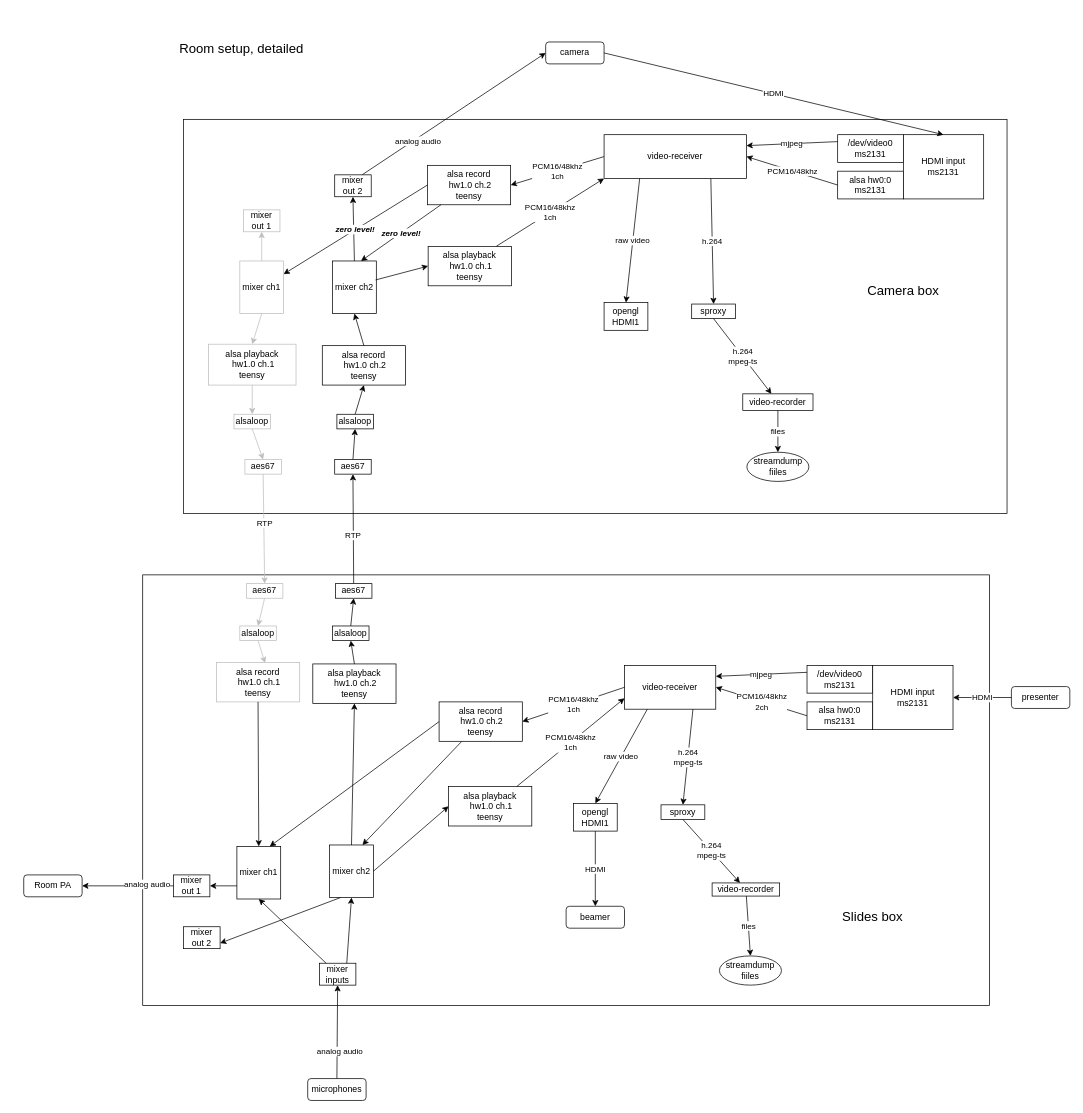
Before: page "room-software" (2 of 3) of graph/overview.drawio in zeridon/video, a draw.io diagram. Source tidied: cells renumbered, new cells numbered last; positions are measured from the earlier drawing's top-left corner, leaving out a move shared by most shapes. Both pictures are drawn from the tidied source at 73%, with x=0, y=0 at pixel (23, 12).
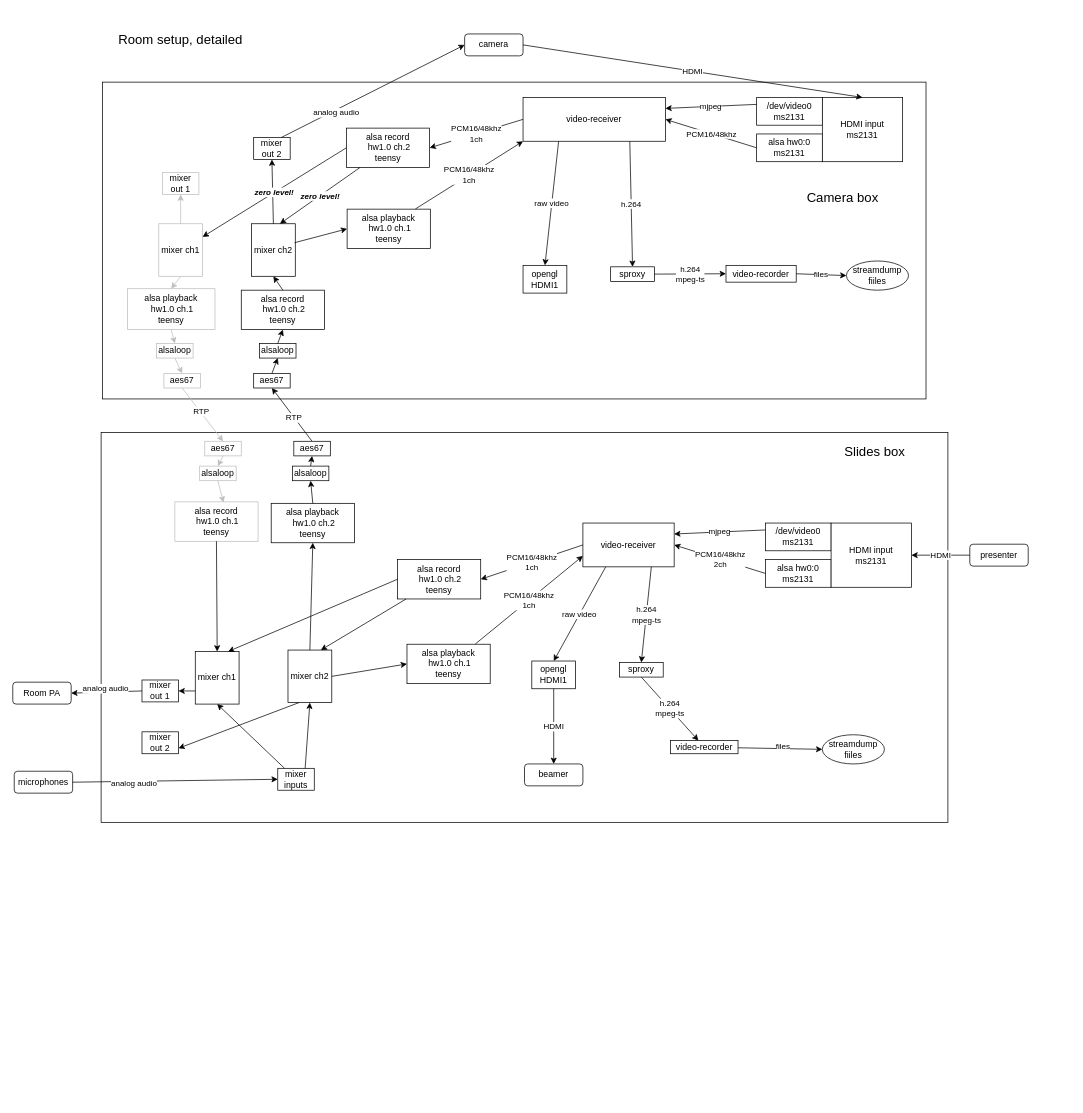
After the change.

Commit message (it also covers changes not shown here):
graph: make all the pages a3

Unchanged cells that the change refers to:
```xml
<mxCell id="80" style="endArrow=classic;html=1;rounded=0;entryX=1;entryY=0.5;entryDx=0;entryDy=0;exitX=0;exitY=0.5;exitDx=0;exitDy=0;" parent="1" edge="1" source="74" target="67">
  <mxGeometry relative="1" as="geometry" />
</mxCell>
```

The edit, as a diff of the source:
```diff
@@
     <mxCell id="2" value="&lt;b&gt;&lt;br&gt;&lt;/b&gt;" style="rounded=0;whiteSpace=wrap;html=1;" parent="1" vertex="1">
-      <mxGeometry x="163" y="770" width="1160" height="590" as="geometry" />
+      <mxGeometry x="106" y="575" width="1160" height="534" as="geometry" />
     </mxCell>
     <mxCell id="3" value="&lt;b&gt;&lt;br&gt;&lt;/b&gt;" style="rounded=0;whiteSpace=wrap;html=1;" parent="1" vertex="1">
-      <mxGeometry x="219" y="146" width="1128" height="540" as="geometry" />
+      <mxGeometry x="108" y="95" width="1128" height="434" as="geometry" />
     </mxCell>
     <mxCell id="4" value="sproxy" style="rounded=0;whiteSpace=wrap;html=1;" parent="1" vertex="1">
-      <mxGeometry x="915" y="399" width="60" height="20" as="geometry" />
+      <mxGeometry x="804" y="348" width="60" height="20" as="geometry" />
     </mxCell>
     <mxCell id="5" value="&lt;font style=&quot;font-size: 18px;&quot;&gt;Room setup, detailed&lt;/font&gt;" style="text;html=1;strokeColor=none;fillColor=none;align=center;verticalAlign=middle;whiteSpace=wrap;rounded=0;" parent="1" vertex="1">
-      <mxGeometry x="114" width="369" height="100" as="geometry" />
+      <mxGeometry x="105" y="20" width="220" height="34" as="geometry" />
     </mxCell>
     <mxCell id="6" value="video-receiver" style="rounded=0;whiteSpace=wrap;html=1;" parent="1" vertex="1">
-      <mxGeometry x="795" y="167" width="195" height="60" as="geometry" />
+      <mxGeometry x="684" y="116" width="195" height="60" as="geometry" />
     </mxCell>
     <mxCell id="7" value="/dev/video0&lt;div&gt;ms2131&lt;/div&gt;" style="rounded=0;whiteSpace=wrap;html=1;" parent="1" vertex="1">
-      <mxGeometry x="1115" y="167" width="90" height="38" as="geometry" />
+      <mxGeometry x="1004" y="116" width="90" height="38" as="geometry" />
     </mxCell>
@@
     <mxCell id="9" value="aes67" style="rounded=0;whiteSpace=wrap;html=1;strokeColor=#BDBDBD;" parent="1" vertex="1">
-      <mxGeometry x="303" y="612" width="50" height="20" as="geometry" />
+      <mxGeometry x="192" y="494" width="50" height="20" as="geometry" />
     </mxCell>
     <mxCell id="10" value="&lt;div&gt;alsa hw0:0&lt;/div&gt;&lt;div&gt;ms2131&lt;/div&gt;" style="rounded=0;whiteSpace=wrap;html=1;" parent="1" vertex="1">
-      <mxGeometry x="1115" y="217" width="90" height="38" as="geometry" />
+      <mxGeometry x="1004" y="166" width="90" height="38" as="geometry" />
     </mxCell>
@@
     <mxCell id="13" value="&lt;div&gt;opengl&lt;/div&gt;HDMI1" style="rounded=0;whiteSpace=wrap;html=1;" parent="1" vertex="1">
-      <mxGeometry x="795" y="397" width="60" height="38" as="geometry" />
+      <mxGeometry x="684" y="346" width="60" height="38" as="geometry" />
     </mxCell>
@@
     <mxCell id="15" value="alsa playback&lt;div&gt;&amp;nbsp;hw1.0 ch.1&lt;div&gt;teensy&lt;/div&gt;&lt;/div&gt;" style="rounded=0;whiteSpace=wrap;html=1;strokeColor=#BDBDBD;" parent="1" vertex="1">
-      <mxGeometry x="253" y="454" width="120" height="56" as="geometry" />
+      <mxGeometry x="142" y="378" width="120" height="56" as="geometry" />
     </mxCell>
     <mxCell id="16" value="alsa record&lt;div&gt;&lt;span style=&quot;background-color: initial;&quot;&gt;&amp;nbsp;hw1.0 ch.2&lt;/span&gt;&lt;div&gt;&lt;div&gt;teensy&lt;/div&gt;&lt;/div&gt;&lt;/div&gt;" style="rounded=0;whiteSpace=wrap;html=1;" parent="1" vertex="1">
-      <mxGeometry x="409" y="456" width="114" height="54" as="geometry" />
+      <mxGeometry x="298" y="380" width="114" height="54" as="geometry" />
     </mxCell>
     <mxCell id="17" value="mixer ch1" style="rounded=0;whiteSpace=wrap;html=1;strokeColor=#BDBDBD;" parent="1" vertex="1">
-      <mxGeometry x="296" y="340" width="60" height="72" as="geometry" />
+      <mxGeometry x="185" y="289" width="60" height="72" as="geometry" />
     </mxCell>
     <mxCell id="18" value="mixer ch2" style="rounded=0;whiteSpace=wrap;html=1;" parent="1" vertex="1">
-      <mxGeometry x="423" y="340" width="60" height="72" as="geometry" />
+      <mxGeometry x="312" y="289" width="60" height="72" as="geometry" />
     </mxCell>
     <mxCell id="19" value="microphones" style="rounded=1;whiteSpace=wrap;html=1;" parent="1" vertex="1">
-      <mxGeometry x="389" y="1460" width="80" height="30" as="geometry" />
+      <mxGeometry x="-13" y="1039" width="80" height="30" as="geometry" />
     </mxCell>
-    <mxCell id="20" style="endArrow=classic;html=1;rounded=0;entryX=0.5;entryY=1;entryDx=0;entryDy=0;exitX=0.5;exitY=0;exitDx=0;exitDy=0;" parent="1" edge="1" source="19" target="75">
+    <mxCell id="20" style="endArrow=classic;html=1;rounded=0;entryX=0;entryY=0.5;entryDx=0;entryDy=0;exitX=1;exitY=0.5;exitDx=0;exitDy=0;" parent="1" edge="1" source="19" target="75">
       <mxGeometry relative="1" as="geometry" />
     </mxCell>
@@
     <mxCell id="22" value="camera" style="rounded=1;whiteSpace=wrap;html=1;" parent="1" vertex="1">
-      <mxGeometry x="715" y="40" width="80" height="30" as="geometry" />
+      <mxGeometry x="604" y="29" width="80" height="30" as="geometry" />
     </mxCell>
     <mxCell id="23" value="HDMI input&lt;div&gt;&lt;/div&gt;&lt;div&gt;ms2131&lt;/div&gt;" style="rounded=0;whiteSpace=wrap;html=1;" parent="1" vertex="1">
-      <mxGeometry x="1205" y="167" width="110" height="88" as="geometry" />
+      <mxGeometry x="1094" y="116" width="110" height="88" as="geometry" />
     </mxCell>
@@
     <mxCell id="29" value="aes67" style="rounded=0;whiteSpace=wrap;html=1;" parent="1" vertex="1">
-      <mxGeometry x="426" y="612" width="50" height="20" as="geometry" />
+      <mxGeometry x="315" y="494" width="50" height="20" as="geometry" />
     </mxCell>
@@
     <mxCell id="32" value="alsaloop" style="rounded=0;whiteSpace=wrap;html=1;strokeColor=#BDBDBD;" parent="1" vertex="1">
-      <mxGeometry x="288" y="550" width="50" height="20" as="geometry" />
+      <mxGeometry x="182" y="453" width="50" height="20" as="geometry" />
     </mxCell>
     <mxCell id="33" value="alsaloop" style="rounded=0;whiteSpace=wrap;html=1;" parent="1" vertex="1">
-      <mxGeometry x="429" y="550" width="50" height="20" as="geometry" />
+      <mxGeometry x="323" y="453" width="50" height="20" as="geometry" />
     </mxCell>
@@
     <mxCell id="39" value="sproxy" style="rounded=0;whiteSpace=wrap;html=1;" parent="1" vertex="1">
-      <mxGeometry x="873" y="1085" width="60" height="20" as="geometry" />
+      <mxGeometry x="816" y="890" width="60" height="20" as="geometry" />
     </mxCell>
     <mxCell id="40" value="video-receiver" style="rounded=0;whiteSpace=wrap;html=1;" parent="1" vertex="1">
-      <mxGeometry x="823" y="894" width="125" height="60" as="geometry" />
+      <mxGeometry x="766" y="699" width="125" height="60" as="geometry" />
     </mxCell>
     <mxCell id="41" value="/dev/video0&lt;div&gt;ms2131&lt;/div&gt;" style="rounded=0;whiteSpace=wrap;html=1;" parent="1" vertex="1">
-      <mxGeometry x="1073" y="894" width="90" height="38" as="geometry" />
+      <mxGeometry x="1016" y="699" width="90" height="38" as="geometry" />
     </mxCell>
@@
     <mxCell id="43" value="&lt;div&gt;alsa hw0:0&lt;/div&gt;&lt;div&gt;ms2131&lt;/div&gt;" style="rounded=0;whiteSpace=wrap;html=1;" parent="1" vertex="1">
-      <mxGeometry x="1073" y="944" width="90" height="38" as="geometry" />
+      <mxGeometry x="1016" y="749" width="90" height="38" as="geometry" />
     </mxCell>
@@
     <mxCell id="46" value="&lt;div&gt;opengl&lt;/div&gt;HDMI1" style="rounded=0;whiteSpace=wrap;html=1;" parent="1" vertex="1">
-      <mxGeometry x="753" y="1083" width="60" height="38" as="geometry" />
+      <mxGeometry x="696" y="888" width="60" height="38" as="geometry" />
     </mxCell>
@@
     <mxCell id="48" value="mixer ch1" style="rounded=0;whiteSpace=wrap;html=1;" parent="1" vertex="1">
-      <mxGeometry x="292" y="1142" width="60" height="72" as="geometry" />
+      <mxGeometry x="235" y="875" width="60" height="72" as="geometry" />
     </mxCell>
     <mxCell id="49" value="mixer ch2" style="rounded=0;whiteSpace=wrap;html=1;" parent="1" vertex="1">
-      <mxGeometry x="419" y="1140" width="60" height="72" as="geometry" />
+      <mxGeometry x="362" y="873" width="60" height="72" as="geometry" />
     </mxCell>
     <mxCell id="50" value="HDMI input&lt;div&gt;&lt;/div&gt;&lt;div&gt;ms2131&lt;/div&gt;" style="rounded=0;whiteSpace=wrap;html=1;" parent="1" vertex="1">
-      <mxGeometry x="1163" y="894" width="110" height="88" as="geometry" />
+      <mxGeometry x="1106" y="699" width="110" height="88" as="geometry" />
     </mxCell>
     <mxCell id="51" value="aes67" style="rounded=0;whiteSpace=wrap;html=1;strokeColor=#BDBDBD;" parent="1" vertex="1">
-      <mxGeometry x="305" y="782" width="50" height="20" as="geometry" />
+      <mxGeometry x="248" y="587" width="50" height="20" as="geometry" />
     </mxCell>
     <mxCell id="52" value="aes67" style="rounded=0;whiteSpace=wrap;html=1;" parent="1" vertex="1">
-      <mxGeometry x="427" y="782" width="50" height="20" as="geometry" />
+      <mxGeometry x="370" y="587" width="50" height="20" as="geometry" />
     </mxCell>
     <mxCell id="53" value="alsaloop" style="rounded=0;whiteSpace=wrap;html=1;strokeColor=#BDBDBD;" parent="1" vertex="1">
-      <mxGeometry x="296" y="840" width="50" height="20" as="geometry" />
+      <mxGeometry x="241" y="621" width="50" height="20" as="geometry" />
     </mxCell>
     <mxCell id="54" value="alsa record&lt;div&gt;&lt;span style=&quot;background-color: initial;&quot;&gt;&amp;nbsp;hw1.0 ch.1&lt;/span&gt;&lt;div&gt;&lt;div&gt;teensy&lt;/div&gt;&lt;/div&gt;&lt;/div&gt;" style="rounded=0;whiteSpace=wrap;html=1;strokeColor=#BDBDBD;" parent="1" vertex="1">
-      <mxGeometry x="264" y="890" width="114" height="54" as="geometry" />
+      <mxGeometry x="207" y="670" width="114" height="54" as="geometry" />
     </mxCell>
@@
     <mxCell id="59" value="alsa playback&lt;div&gt;&lt;span style=&quot;background-color: initial;&quot;&gt;&amp;nbsp;hw1.0 ch.2&lt;/span&gt;&lt;div&gt;&lt;div&gt;teensy&lt;/div&gt;&lt;/div&gt;&lt;/div&gt;" style="rounded=0;whiteSpace=wrap;html=1;" parent="1" vertex="1">
-      <mxGeometry x="396" y="892" width="114" height="54" as="geometry" />
+      <mxGeometry x="339" y="672" width="114" height="54" as="geometry" />
     </mxCell>
     <mxCell id="60" value="alsaloop" style="rounded=0;whiteSpace=wrap;html=1;" parent="1" vertex="1">
-      <mxGeometry x="423" y="840" width="50" height="20" as="geometry" />
+      <mxGeometry x="368" y="621" width="50" height="20" as="geometry" />
     </mxCell>
@@
     <mxCell id="63" value="presenter" style="rounded=1;whiteSpace=wrap;html=1;" parent="1" vertex="1">
-      <mxGeometry x="1353" y="923" width="80" height="30" as="geometry" />
+      <mxGeometry x="1296" y="728" width="80" height="30" as="geometry" />
     </mxCell>
@@
     <mxCell id="65" value="beamer" style="rounded=1;whiteSpace=wrap;html=1;" parent="1" vertex="1">
-      <mxGeometry x="743" y="1224" width="80" height="30" as="geometry" />
+      <mxGeometry x="686" y="1029" width="80" height="30" as="geometry" />
     </mxCell>
@@
     <mxCell id="67" value="Room PA" style="rounded=1;whiteSpace=wrap;html=1;" parent="1" vertex="1">
-      <mxGeometry y="1181" width="80" height="30" as="geometry" />
+      <mxGeometry x="-15" y="917" width="80" height="30" as="geometry" />
     </mxCell>
     <mxCell id="68" value="mixer&lt;div&gt;out 2&lt;/div&gt;" style="rounded=0;whiteSpace=wrap;html=1;" parent="1" vertex="1">
-      <mxGeometry x="426" y="222" width="50" height="30" as="geometry" />
+      <mxGeometry x="315" y="171" width="50" height="30" as="geometry" />
     </mxCell>
     <mxCell id="69" value="mixer&lt;div&gt;out 1&lt;/div&gt;" style="rounded=0;whiteSpace=wrap;html=1;strokeColor=#BDBDBD;" parent="1" vertex="1">
-      <mxGeometry x="301" y="270" width="50" height="30" as="geometry" />
+      <mxGeometry x="190" y="219" width="50" height="30" as="geometry" />
     </mxCell>
@@
     <mxCell id="73" value="mixer&lt;div&gt;out 2&lt;/div&gt;" style="rounded=0;whiteSpace=wrap;html=1;" parent="1" vertex="1">
-      <mxGeometry x="219" y="1252" width="50" height="30" as="geometry" />
+      <mxGeometry x="162" y="985" width="50" height="30" as="geometry" />
     </mxCell>
     <mxCell id="74" value="mixer&lt;div&gt;out 1&lt;/div&gt;" style="rounded=0;whiteSpace=wrap;html=1;" parent="1" vertex="1">
-      <mxGeometry x="205" y="1181" width="50" height="30" as="geometry" />
+      <mxGeometry x="162" y="914" width="50" height="30" as="geometry" />
     </mxCell>
     <mxCell id="75" value="mixer&lt;div&gt;inputs&lt;/div&gt;" style="rounded=0;whiteSpace=wrap;html=1;" parent="1" vertex="1">
-      <mxGeometry x="405" y="1302" width="50" height="30" as="geometry" />
+      <mxGeometry x="348" y="1035" width="50" height="30" as="geometry" />
     </mxCell>
@@
     <mxCell id="81" value="analog audio" style="edgeLabel;html=1;align=center;verticalAlign=middle;" parent="80" vertex="1">
-      <mxGeometry x="-0.41" y="-3" relative="1" as="geometry" />
+      <mxGeometry x="-0.41" y="-3" relative="1" as="geometry">
+        <mxPoint x="-21" y="-1" as="offset" />
+      </mxGeometry>
     </mxCell>
     <mxCell id="82" value="&lt;font style=&quot;font-size: 18px;&quot;&gt;Camera box&lt;/font&gt;" style="text;html=1;strokeColor=none;fillColor=none;align=center;verticalAlign=middle;whiteSpace=wrap;rounded=0;" parent="1" vertex="1">
-      <mxGeometry x="1105" y="366" width="200" height="30" as="geometry" />
+      <mxGeometry x="1022" y="239" width="200" height="30" as="geometry" />
     </mxCell>
     <mxCell id="83" value="&lt;font style=&quot;font-size: 18px;&quot;&gt;Slides box&lt;/font&gt;" style="text;html=1;strokeColor=none;fillColor=none;align=center;verticalAlign=middle;whiteSpace=wrap;rounded=0;" parent="1" vertex="1">
-      <mxGeometry x="1063" y="1224" width="200" height="30" as="geometry" />
+      <mxGeometry x="1066" y="587" width="200" height="30" as="geometry" />
     </mxCell>
@@
     <mxCell id="85" value="alsa record&lt;div&gt;&lt;span style=&quot;background-color: initial;&quot;&gt;&amp;nbsp;hw1.0 ch.2&lt;/span&gt;&lt;div&gt;&lt;div&gt;teensy&lt;/div&gt;&lt;/div&gt;&lt;/div&gt;" style="rounded=0;whiteSpace=wrap;html=1;" parent="1" vertex="1">
-      <mxGeometry x="569" y="944" width="114" height="54" as="geometry" />
+      <mxGeometry x="512" y="749" width="114" height="54" as="geometry" />
     </mxCell>
@@
     <mxCell id="88" value="video-recorder" style="rounded=0;whiteSpace=wrap;html=1;" parent="1" vertex="1">
-      <mxGeometry x="943" y="1192" width="92.5" height="18" as="geometry" />
+      <mxGeometry x="886" y="997" width="92.5" height="18" as="geometry" />
     </mxCell>
@@
     <mxCell id="90" value="video-recorder" style="rounded=0;whiteSpace=wrap;html=1;" parent="1" vertex="1">
-      <mxGeometry x="985" y="522" width="96.2" height="23" as="geometry" />
+      <mxGeometry x="962" y="346" width="96.2" height="23" as="geometry" />
     </mxCell>
-    <mxCell id="91" value="h.264&lt;div&gt;mpeg-ts&lt;/div&gt;" style="endArrow=classic;html=1;rounded=0;exitX=0.5;exitY=1;exitDx=0;exitDy=0;" parent="1" edge="1" source="4" target="90">
+    <mxCell id="91" value="h.264&lt;div&gt;mpeg-ts&lt;/div&gt;" style="endArrow=classic;html=1;rounded=0;exitX=1;exitY=0.5;exitDx=0;exitDy=0;entryX=0;entryY=0.5;entryDx=0;entryDy=0;" parent="1" edge="1" source="4" target="90">
       <mxGeometry relative="1" as="geometry" />
     </mxCell>
     <mxCell id="92" value="streamdump&lt;br&gt;fiiles" style="ellipse;whiteSpace=wrap;html=1;" parent="1" vertex="1">
-      <mxGeometry x="990.6" y="602" width="85" height="40" as="geometry" />
+      <mxGeometry x="1127" y="340" width="85" height="40" as="geometry" />
     </mxCell>
-    <mxCell id="93" value="files" style="endArrow=classic;html=1;rounded=0;exitX=0.5;exitY=1;exitDx=0;exitDy=0;entryX=0.5;entryY=0;entryDx=0;entryDy=0;" parent="1" edge="1" source="90" target="92">
+    <mxCell id="93" value="files" style="endArrow=classic;html=1;rounded=0;exitX=1;exitY=0.5;exitDx=0;exitDy=0;entryX=0;entryY=0.5;entryDx=0;entryDy=0;" parent="1" edge="1" source="90" target="92">
       <mxGeometry relative="1" as="geometry" />
     </mxCell>
     <mxCell id="94" value="streamdump&lt;br&gt;fiiles" style="ellipse;whiteSpace=wrap;html=1;" parent="1" vertex="1">
-      <mxGeometry x="953" y="1292" width="85" height="40" as="geometry" />
+      <mxGeometry x="1094" y="989" width="85" height="40" as="geometry" />
     </mxCell>
-    <mxCell id="95" value="files" style="endArrow=classic;html=1;rounded=0;entryX=0.5;entryY=0;entryDx=0;entryDy=0;" parent="1" edge="1" source="88" target="94">
-      <mxGeometry relative="1" as="geometry" />
+    <mxCell id="95" value="files" style="endArrow=classic;html=1;rounded=0;entryX=0;entryY=0.5;entryDx=0;entryDy=0;" parent="1" edge="1" source="88" target="94">
+      <mxGeometry x="0.06" y="3" relative="1" as="geometry" />
     </mxCell>
     <mxCell id="96" value="alsa playback&lt;div&gt;&lt;span style=&quot;background-color: initial;&quot;&gt;&amp;nbsp;hw1.0 ch.1&lt;/span&gt;&lt;div&gt;&lt;div&gt;teensy&lt;/div&gt;&lt;/div&gt;&lt;/div&gt;" style="rounded=0;whiteSpace=wrap;html=1;" parent="1" vertex="1">
-      <mxGeometry x="582" y="1060" width="114" height="54" as="geometry" />
+      <mxGeometry x="525" y="865" width="114" height="54" as="geometry" />
     </mxCell>
@@
     <mxCell id="99" value="alsa playback&lt;div&gt;&lt;span style=&quot;background-color: initial;&quot;&gt;&amp;nbsp;hw1.0 ch.1&lt;/span&gt;&lt;div&gt;&lt;div&gt;teensy&lt;/div&gt;&lt;/div&gt;&lt;/div&gt;" style="rounded=0;whiteSpace=wrap;html=1;" parent="1" vertex="1">
-      <mxGeometry x="554" y="320" width="114" height="54" as="geometry" />
+      <mxGeometry x="443" y="269" width="114" height="54" as="geometry" />
     </mxCell>
@@
     <mxCell id="103" value="alsa record&lt;div&gt;&lt;span style=&quot;background-color: initial;&quot;&gt;&amp;nbsp;hw1.0 ch.2&lt;/span&gt;&lt;div&gt;&lt;div&gt;teensy&lt;/div&gt;&lt;/div&gt;&lt;/div&gt;" style="rounded=0;whiteSpace=wrap;html=1;" parent="1" vertex="1">
-      <mxGeometry x="553" y="209" width="114" height="54" as="geometry" />
+      <mxGeometry x="442" y="158" width="114" height="54" as="geometry" />
     </mxCell>
@@
     <mxCell id="105" value="&lt;b&gt;&lt;i&gt;zero level!&lt;/i&gt;&lt;/b&gt;" style="endArrow=classic;html=1;rounded=0;" parent="1" edge="1" source="103">
       <mxGeometry relative="1" as="geometry">
-        <mxPoint x="462" y="340" as="targetPoint" />
+        <mxPoint x="351" y="289" as="targetPoint" />
       </mxGeometry>
     </mxCell>
```
